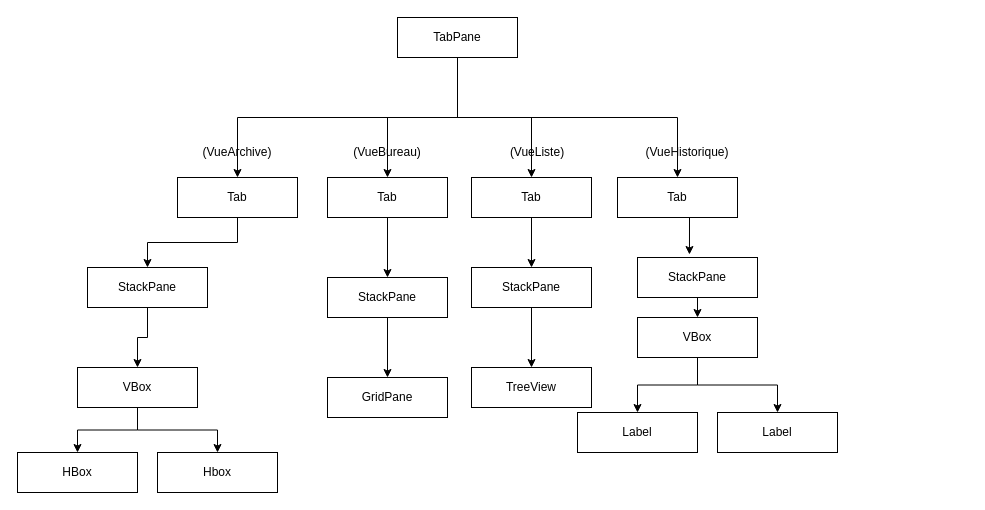
Above: Documents/Iteration3/Graphe_de_scene.drawio in LucDechezlepretre/SAE_3.01-Trellol (draw.io), before the change. Source tidied: cells renumbered, new cells numbered last; positions are measured from the earlier drawing's top-left corner, leaving out a move shared by most shapes. Both pictures are drawn from the tidied source at 100%, with x=0, y=0 at pixel (17, 17).
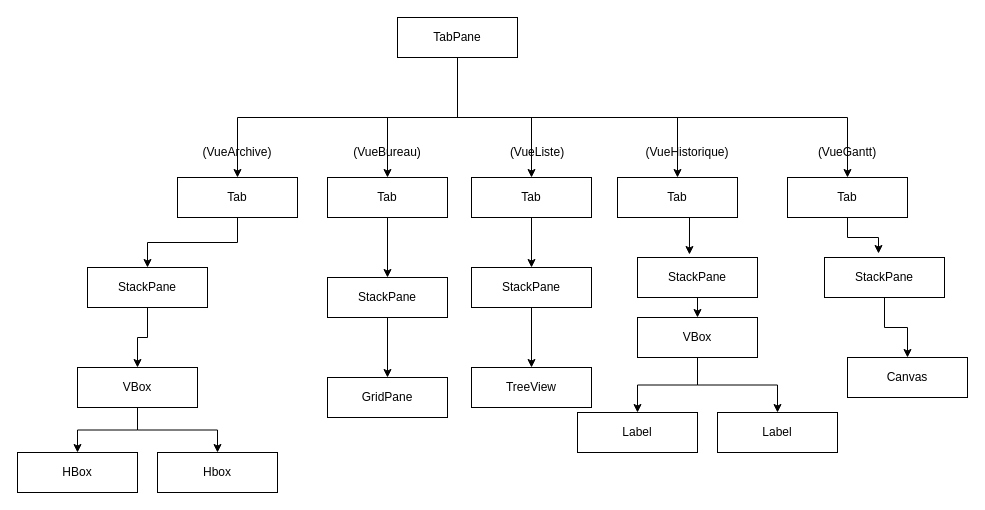
The same diagram, later.

Commit message:
ajout code graphe de scene

Unchanged cells that the change refers to:
```xml
<mxCell id="6" value="TabPane" style="rounded=0;whiteSpace=wrap;html=1;" parent="1" vertex="1">
  <mxGeometry x="380" width="120" height="40" as="geometry" />
</mxCell>
```

What changed in the source:
```diff
@@
+    <mxCell id="39" style="edgeStyle=orthogonalEdgeStyle;rounded=0;jettySize=auto;html=1;exitX=0.5;exitY=1;exitDx=0;exitDy=0;entryX=0.5;entryY=0;entryDx=0;entryDy=0;" parent="1" edge="1" source="6" target="40">
+      <mxGeometry relative="1" as="geometry" />
+    </mxCell>
@@
+    <mxCell id="40" value="Tab" style="rounded=0;whiteSpace=wrap;html=1;" parent="1" vertex="1">
+      <mxGeometry x="770" y="160" width="120" height="40" as="geometry" />
+    </mxCell>
+    <mxCell id="41" style="edgeStyle=orthogonalEdgeStyle;rounded=0;jettySize=auto;html=1;exitX=0.5;exitY=1;exitDx=0;exitDy=0;" parent="1" edge="1" source="42" target="45">
+      <mxGeometry relative="1" as="geometry" />
+    </mxCell>
+    <mxCell id="42" value="StackPane" style="rounded=0;whiteSpace=wrap;html=1;" parent="1" vertex="1">
+      <mxGeometry x="807" y="240" width="120" height="40" as="geometry" />
+    </mxCell>
+    <mxCell id="43" style="edgeStyle=orthogonalEdgeStyle;rounded=0;jettySize=auto;html=1;exitX=0.5;exitY=1;exitDx=0;exitDy=0;entryX=0.45;entryY=-0.1;entryDx=0;entryDy=0;entryPerimeter=0;" parent="1" edge="1" source="40" target="42">
+      <mxGeometry relative="1" as="geometry" />
+    </mxCell>
+    <mxCell id="44" value="(VueGantt)" style="text;html=1;strokeColor=none;fillColor=none;align=center;verticalAlign=middle;whiteSpace=wrap;rounded=0;" parent="1" vertex="1">
+      <mxGeometry x="800" y="120" width="60" height="30" as="geometry" />
+    </mxCell>
+    <mxCell id="45" value="Canvas" style="rounded=0;whiteSpace=wrap;html=1;" parent="1" vertex="1">
+      <mxGeometry x="830" y="340" width="120" height="40" as="geometry" />
+    </mxCell>
```
